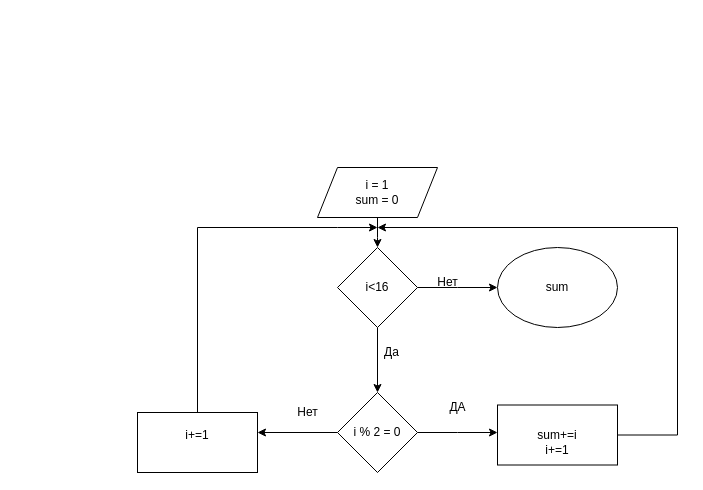
Above: page "Exe5:the amount of the number" (5 of 5) of Диаграмма без названия.drawio in Dioneer/Flowcharts (draw.io), before the change. Source tidied: cells renumbered, new cells numbered last; positions are measured from the earlier drawing's top-left corner, leaving out a move shared by most shapes. Both pictures are drawn from the tidied source at 100%, with x=0, y=0 at pixel (137, 167).
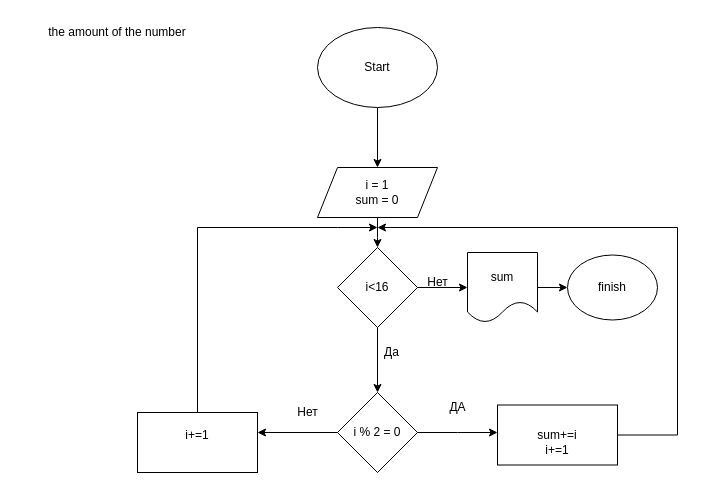
After the change.

The change refers to these unchanged cells:
```xml
<mxCell id="3" value="&lt;div&gt;i = 1&lt;br&gt;&lt;/div&gt;&lt;div&gt;sum = 0&lt;br&gt;&lt;/div&gt;" style="shape=parallelogram;perimeter=parallelogramPerimeter;whiteSpace=wrap;html=1;fixedSize=1;" parent="1" vertex="1">
  <mxGeometry x="180" width="120" height="50" as="geometry" />
</mxCell>
<mxCell id="17" value="i&amp;lt;16" style="rhombus;whiteSpace=wrap;html=1;" parent="1" vertex="1">
  <mxGeometry x="200" y="80" width="80" height="80" as="geometry" />
</mxCell>
```

Diff of the diagram source:
```diff
@@
-    <mxCell id="15" style="edgeStyle=orthogonalEdgeStyle;rounded=0;jettySize=auto;html=1;" parent="1" edge="1" source="17">
-      <mxGeometry relative="1" as="geometry">
-        <mxPoint x="360" y="120" as="targetPoint" />
-      </mxGeometry>
+    <mxCell id="15" style="edgeStyle=orthogonalEdgeStyle;rounded=0;jettySize=auto;html=1;entryX=0;entryY=0.5;entryDx=0;entryDy=0;" parent="1" edge="1" source="17" target="19">
+      <mxGeometry relative="1" as="geometry" />
     </mxCell>
@@
+    <mxCell id="20" value="Нет" style="text;html=1;align=center;verticalAlign=middle;strokeColor=none;fillColor=none;" parent="1" vertex="1">
+      <mxGeometry x="280" y="100" width="40" height="30" as="geometry" />
+    </mxCell>
+    <mxCell id="21" value="the amount of the number" style="text;html=1;strokeColor=none;fillColor=none;align=center;verticalAlign=middle;whiteSpace=wrap;rounded=0;" parent="1" vertex="1">
+      <mxGeometry x="-120" y="-150" width="200" height="30" as="geometry" />
+    </mxCell>
+    <mxCell id="22" style="edgeStyle=orthogonalEdgeStyle;rounded=0;jettySize=auto;html=1;" parent="1" edge="1" source="23" target="3">
+      <mxGeometry relative="1" as="geometry" />
+    </mxCell>
+    <mxCell id="23" value="Start" style="ellipse;whiteSpace=wrap;html=1;" parent="1" vertex="1">
+      <mxGeometry x="180" y="-140" width="120" height="80" as="geometry" />
+    </mxCell>
+    <mxCell id="24" style="edgeStyle=orthogonalEdgeStyle;rounded=0;jettySize=auto;html=1;" parent="1" edge="1" source="19" target="25">
+      <mxGeometry relative="1" as="geometry" />
+    </mxCell>
-    <mxCell id="19" value="sum" style="ellipse;whiteSpace=wrap;html=1;" parent="1" vertex="1">
-      <mxGeometry x="360" y="80" width="120" height="80" as="geometry" />
+    <mxCell id="19" value="sum" style="shape=document;whiteSpace=wrap;html=1;boundedLbl=1;" parent="1" vertex="1">
+      <mxGeometry x="330" y="85" width="70" height="70" as="geometry" />
     </mxCell>
-    <mxCell id="20" value="Нет" style="text;html=1;align=center;verticalAlign=middle;strokeColor=none;fillColor=none;" parent="1" vertex="1">
-      <mxGeometry x="290" y="100" width="40" height="30" as="geometry" />
-    </mxCell>
+    <mxCell id="25" value="finish" style="ellipse;whiteSpace=wrap;html=1;" parent="1" vertex="1">
+      <mxGeometry x="430" y="87.5" width="90" height="65" as="geometry" />
+    </mxCell>
```
